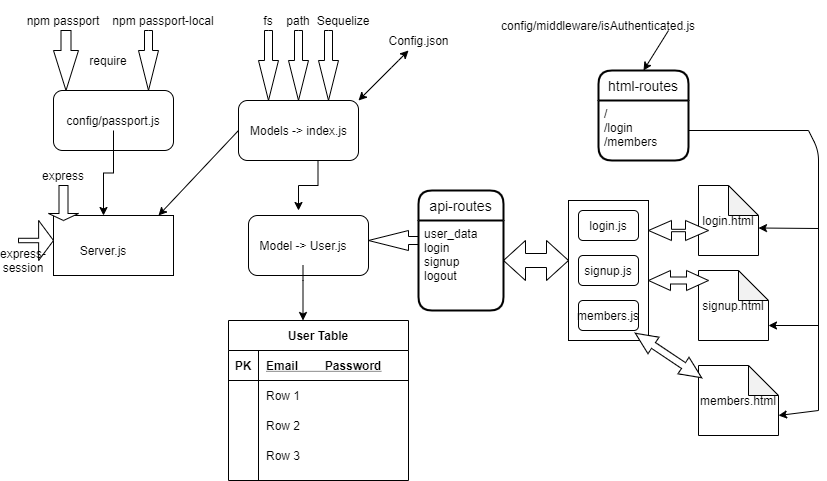
shambhawi13/Authentication keeps this draw.io diagram as Assets/final.png. Above is the earlier version. Source tidied: cells renumbered, new cells last; positions are measured from the earlier drawing's top-left corner, leaving out a move shared by most shapes. Its diagram source:
```xml
<mxGraphModel>
  <root>
    <mxCell id="0" />
    <mxCell id="1" parent="0" />
    <mxCell id="2" style="rounded=0;whiteSpace=wrap;html=1;" parent="1" vertex="1">
      <mxGeometry x="50" y="215" width="120" height="60" as="geometry" />
    </mxCell>
    <mxCell id="3" value="Server.js" style="text;html=1;strokeColor=none;fillColor=none;align=center;verticalAlign=middle;whiteSpace=wrap;rounded=0;" parent="1" vertex="1">
      <mxGeometry x="25" y="215" width="150" height="70" as="geometry" />
    </mxCell>
    <mxCell id="4" style="rounded=1;whiteSpace=wrap;html=1;" parent="1" vertex="1">
      <mxGeometry x="235" y="100" width="120" height="60" as="geometry" />
    </mxCell>
    <mxCell id="5" value="Models -&amp;gt; index.js" style="text;html=1;align=center;verticalAlign=middle;" parent="1" vertex="1">
      <mxGeometry x="240" y="120" width="110" height="20" as="geometry" />
    </mxCell>
    <mxCell id="6" style="endArrow=classic;startArrow=classic;html=1;" parent="1" edge="1">
      <mxGeometry relative="1" as="geometry">
        <mxPoint x="355" y="100" as="sourcePoint" />
        <mxPoint x="405" y="50" as="targetPoint" />
        <Array as="points">
          <mxPoint x="395" y="60" />
        </Array>
      </mxGeometry>
    </mxCell>
    <mxCell id="7" value="Config.json" style="text;html=1;align=center;verticalAlign=middle;" parent="1" vertex="1">
      <mxGeometry x="375" y="30" width="80" height="20" as="geometry" />
    </mxCell>
    <mxCell id="8" style="rounded=1;whiteSpace=wrap;html=1;" parent="1" vertex="1">
      <mxGeometry x="50" y="90" width="120" height="60" as="geometry" />
    </mxCell>
    <mxCell id="9" style="edgeStyle=orthogonalEdgeStyle;rounded=0;jettySize=auto;html=1;" parent="1" edge="1" source="10" target="3">
      <mxGeometry relative="1" as="geometry" />
    </mxCell>
    <mxCell id="10" value="config/passport.js" style="text;html=1;strokeColor=none;fillColor=none;align=center;verticalAlign=middle;whiteSpace=wrap;rounded=0;" parent="1" vertex="1">
      <mxGeometry x="55" y="110" width="110" height="20" as="geometry" />
    </mxCell>
    <mxCell id="11" style="html=1;shadow=0;dashed=0;align=center;verticalAlign=middle;shape=mxgraph.arrows2.arrow;dy=0.6;dx=40;direction=south;notch=0;" parent="1" vertex="1">
      <mxGeometry x="50" y="30" width="25" height="60" as="geometry" />
    </mxCell>
    <mxCell id="12" style="html=1;shadow=0;dashed=0;align=center;verticalAlign=middle;shape=mxgraph.arrows2.arrow;dy=0.6;dx=40;direction=south;notch=0;" parent="1" vertex="1">
      <mxGeometry x="135" y="30" width="20" height="60" as="geometry" />
    </mxCell>
    <mxCell id="13" value="npm passport" style="text;html=1;strokeColor=none;fillColor=none;align=center;verticalAlign=middle;whiteSpace=wrap;rounded=0;" parent="1" vertex="1">
      <mxGeometry x="15" y="10" width="90" height="20" as="geometry" />
    </mxCell>
    <mxCell id="14" value="npm passport-local" style="text;html=1;strokeColor=none;fillColor=none;align=center;verticalAlign=middle;whiteSpace=wrap;rounded=0;" parent="1" vertex="1">
      <mxGeometry x="95" y="10" width="130" height="20" as="geometry" />
    </mxCell>
    <mxCell id="15" value="require" style="text;html=1;strokeColor=none;fillColor=none;align=center;verticalAlign=middle;whiteSpace=wrap;rounded=0;" parent="1" vertex="1">
      <mxGeometry x="85" y="50" width="40" height="20" as="geometry" />
    </mxCell>
    <mxCell id="16" style="html=1;shadow=0;dashed=0;align=center;verticalAlign=middle;shape=mxgraph.arrows2.arrow;dy=0.6;dx=40;direction=south;notch=0;" parent="1" vertex="1">
      <mxGeometry x="255" y="30" width="20" height="70" as="geometry" />
    </mxCell>
    <mxCell id="17" style="html=1;shadow=0;dashed=0;align=center;verticalAlign=middle;shape=mxgraph.arrows2.arrow;dy=0.6;dx=40;direction=south;notch=0;" parent="1" vertex="1">
      <mxGeometry x="285" y="30" width="20" height="70" as="geometry" />
    </mxCell>
    <mxCell id="18" style="html=1;shadow=0;dashed=0;align=center;verticalAlign=middle;shape=mxgraph.arrows2.arrow;dy=0.6;dx=40;direction=south;notch=0;" parent="1" vertex="1">
      <mxGeometry x="315" y="30" width="20" height="70" as="geometry" />
    </mxCell>
    <mxCell id="19" value="fs" style="text;html=1;strokeColor=none;fillColor=none;align=center;verticalAlign=middle;whiteSpace=wrap;rounded=0;" parent="1" vertex="1">
      <mxGeometry x="245" y="10" width="40" height="20" as="geometry" />
    </mxCell>
    <mxCell id="20" value="path" style="text;html=1;strokeColor=none;fillColor=none;align=center;verticalAlign=middle;whiteSpace=wrap;rounded=0;" parent="1" vertex="1">
      <mxGeometry x="275" y="10" width="40" height="20" as="geometry" />
    </mxCell>
    <mxCell id="21" value="Sequelize" style="text;html=1;strokeColor=none;fillColor=none;align=center;verticalAlign=middle;whiteSpace=wrap;rounded=0;" parent="1" vertex="1">
      <mxGeometry x="305" y="10" width="70" height="20" as="geometry" />
    </mxCell>
    <mxCell id="22" style="edgeStyle=orthogonalEdgeStyle;rounded=0;orthogonalLoop=1;jettySize=auto;html=1;" parent="1" edge="1">
      <mxGeometry relative="1" as="geometry">
        <mxPoint x="294.5" y="160" as="sourcePoint" />
        <mxPoint x="295" y="210" as="targetPoint" />
      </mxGeometry>
    </mxCell>
    <mxCell id="23" value="&lt;span style=&quot;color: rgba(0 , 0 , 0 , 0) ; font-family: monospace ; font-size: 0px&quot;&gt;%3CmxGraphModel%3E%3Croot%3E%3CmxCell%20id%3D%220%22%2F%3E%3CmxCell%20id%3D%221%22%20parent%3D%220%22%2F%3E%3CmxCell%20id%3D%222%22%20value%3D%22%22%20style%3D%22edgeStyle%3DorthogonalEdgeStyle%3Brounded%3D0%3BorthogonalLoop%3D1%3BjettySize%3Dauto%3Bhtml%3D1%3B%22%20edge%3D%221%22%20parent%3D%221%22%3E%3CmxGeometry%20relative%3D%221%22%20as%3D%22geometry%22%3E%3CmxPoint%20x%3D%22135%22%20y%3D%22130%22%20as%3D%22sourcePoint%22%2F%3E%3CmxPoint%20x%3D%22135%22%20y%3D%22205%22%20as%3D%22targetPoint%22%2F%3E%3C%2FmxGeometry%3E%3C%2FmxCell%3E%3C%2Froot%3E%3C%2FmxGraphModel%3E&lt;/span&gt;" style="rounded=1;whiteSpace=wrap;html=1;" parent="1" vertex="1">
      <mxGeometry x="245" y="215" width="120" height="60" as="geometry" />
    </mxCell>
    <mxCell id="24" value="Model -&amp;gt; User.js" style="text;html=1;strokeColor=none;fillColor=none;align=center;verticalAlign=middle;whiteSpace=wrap;rounded=0;" parent="1" vertex="1">
      <mxGeometry x="245" y="235" width="110" height="20" as="geometry" />
    </mxCell>
    <mxCell id="25" value="User Table" style="shape=table;startSize=30;rowLines=0;fontStyle=1;align=center;" parent="1" vertex="1">
      <mxGeometry x="225" y="320" width="180" height="160" as="geometry" />
    </mxCell>
    <mxCell id="26" style="shape=partialRectangle;fillColor=none;top=0;left=0;bottom=1;right=0;" parent="25" vertex="1">
      <mxGeometry y="30" width="180" height="30" as="geometry" />
    </mxCell>
    <mxCell id="27" value="PK" style="shape=partialRectangle;fillColor=none;top=0;left=0;bottom=0;right=0;fontStyle=1;overflow=hidden;" parent="26" vertex="1">
      <mxGeometry width="30" height="30" as="geometry" />
    </mxCell>
    <mxCell id="28" value="Email        Password" style="shape=partialRectangle;fillColor=none;top=0;left=0;bottom=0;right=0;align=left;spacingLeft=6;fontStyle=5;overflow=hidden;" parent="26" vertex="1">
      <mxGeometry x="30" width="150" height="30" as="geometry" />
    </mxCell>
    <mxCell id="29" style="shape=partialRectangle;fillColor=none;top=0;left=0;bottom=0;right=0;" parent="25" vertex="1">
      <mxGeometry y="60" width="180" height="30" as="geometry" />
    </mxCell>
    <mxCell id="30" style="shape=partialRectangle;fillColor=none;top=0;left=0;bottom=0;right=0;overflow=hidden;" parent="29" vertex="1">
      <mxGeometry width="30" height="30" as="geometry" />
    </mxCell>
    <mxCell id="31" value="Row 1" style="shape=partialRectangle;fillColor=none;top=0;left=0;bottom=0;right=0;align=left;spacingLeft=6;overflow=hidden;" parent="29" vertex="1">
      <mxGeometry x="30" width="150" height="30" as="geometry" />
    </mxCell>
    <mxCell id="32" style="shape=partialRectangle;fillColor=none;top=0;left=0;bottom=0;right=0;" parent="25" vertex="1">
      <mxGeometry y="90" width="180" height="30" as="geometry" />
    </mxCell>
    <mxCell id="33" style="shape=partialRectangle;fillColor=none;top=0;left=0;bottom=0;right=0;overflow=hidden;" parent="32" vertex="1">
      <mxGeometry width="30" height="30" as="geometry" />
    </mxCell>
    <mxCell id="34" value="Row 2" style="shape=partialRectangle;fillColor=none;top=0;left=0;bottom=0;right=0;align=left;spacingLeft=6;overflow=hidden;" parent="32" vertex="1">
      <mxGeometry x="30" width="150" height="30" as="geometry" />
    </mxCell>
    <mxCell id="35" style="shape=partialRectangle;fillColor=none;top=0;left=0;bottom=0;right=0;" parent="25" vertex="1">
      <mxGeometry y="120" width="180" height="30" as="geometry" />
    </mxCell>
    <mxCell id="36" style="shape=partialRectangle;fillColor=none;top=0;left=0;bottom=0;right=0;overflow=hidden;" parent="35" vertex="1">
      <mxGeometry width="30" height="30" as="geometry" />
    </mxCell>
    <mxCell id="37" value="Row 3" style="shape=partialRectangle;fillColor=none;top=0;left=0;bottom=0;right=0;align=left;spacingLeft=6;overflow=hidden;" parent="35" vertex="1">
      <mxGeometry x="30" width="150" height="30" as="geometry" />
    </mxCell>
    <mxCell id="38" style="edgeStyle=orthogonalEdgeStyle;rounded=0;orthogonalLoop=1;jettySize=auto;html=1;" parent="1" edge="1">
      <mxGeometry relative="1" as="geometry">
        <mxPoint x="299.5" y="265" as="sourcePoint" />
        <mxPoint x="299.5" y="320" as="targetPoint" />
        <Array as="points">
          <mxPoint x="299.5" y="280" />
          <mxPoint x="299.5" y="280" />
        </Array>
      </mxGeometry>
    </mxCell>
    <mxCell id="39" style="shape=singleArrow;direction=south;whiteSpace=wrap;html=1;" parent="1" vertex="1">
      <mxGeometry x="45" y="185" width="30" height="35" as="geometry" />
    </mxCell>
    <mxCell id="40" value="express" style="text;html=1;strokeColor=none;fillColor=none;align=center;verticalAlign=middle;whiteSpace=wrap;rounded=0;" parent="1" vertex="1">
      <mxGeometry x="40" y="165" width="40" height="20" as="geometry" />
    </mxCell>
    <mxCell id="41" style="endArrow=classic;html=1;entryX=0;entryY=0.5;entryDx=0;entryDy=0;exitX=0;exitY=0.5;exitDx=0;exitDy=0;" parent="1" edge="1" source="4">
      <mxGeometry relative="1" as="geometry">
        <mxPoint x="155" y="215" as="targetPoint" />
      </mxGeometry>
    </mxCell>
    <mxCell id="42" style="shape=singleArrow;whiteSpace=wrap;html=1;arrowWidth=0.1111111111111111;arrowSize=0.425;" parent="1" vertex="1">
      <mxGeometry x="15" y="220" width="35" height="40" as="geometry" />
    </mxCell>
    <mxCell id="43" value="express-session" style="text;html=1;strokeColor=none;fillColor=none;align=center;verticalAlign=middle;whiteSpace=wrap;rounded=0;" parent="1" vertex="1">
      <mxGeometry y="250" width="40" height="20" as="geometry" />
    </mxCell>
    <mxCell id="44" style="html=1;shadow=0;dashed=0;align=center;verticalAlign=middle;shape=mxgraph.arrows2.arrow;dy=0.6;dx=40;flipH=1;notch=0;" parent="1" vertex="1">
      <mxGeometry x="365" y="230" width="50" height="20" as="geometry" />
    </mxCell>
    <mxCell id="45" value="html-routes" style="swimlane;horizontal=1;startSize=30;rounded=1;fontSize=14;fontStyle=0;strokeWidth=2;shadow=0;dashed=0;align=center;" parent="1" vertex="1">
      <mxGeometry x="595" y="70" width="90" height="90" as="geometry" />
    </mxCell>
    <mxCell id="46" value="/&#10;/login&#10;/members&#10;" style="align=left;strokeColor=none;fillColor=none;spacingLeft=4;fontSize=12;verticalAlign=top;" parent="45" vertex="1">
      <mxGeometry y="30" width="90" height="60" as="geometry" />
    </mxCell>
    <mxCell id="47" style="html=1;shadow=0;dashed=0;align=center;verticalAlign=middle;shape=mxgraph.arrows2.twoWayArrow;dy=0.65;dx=22;" parent="1" vertex="1">
      <mxGeometry x="500" y="240" width="65" height="40" as="geometry" />
    </mxCell>
    <mxCell id="48" style="rounded=0;whiteSpace=wrap;html=1;" parent="1" vertex="1">
      <mxGeometry x="565" y="200" width="80" height="140" as="geometry" />
    </mxCell>
    <mxCell id="49" style="rounded=1;whiteSpace=wrap;html=1;" parent="1" vertex="1">
      <mxGeometry x="575" y="210" width="60" height="30" as="geometry" />
    </mxCell>
    <mxCell id="50" value="signup.js" style="rounded=1;whiteSpace=wrap;html=1;" parent="1" vertex="1">
      <mxGeometry x="575" y="255" width="60" height="30" as="geometry" />
    </mxCell>
    <mxCell id="51" value="members.js" style="rounded=1;whiteSpace=wrap;html=1;" parent="1" vertex="1">
      <mxGeometry x="575" y="300" width="60" height="30" as="geometry" />
    </mxCell>
    <mxCell id="52" value="login.js" style="text;html=1;strokeColor=none;fillColor=none;align=center;verticalAlign=middle;whiteSpace=wrap;rounded=0;" parent="1" vertex="1">
      <mxGeometry x="585" y="215" width="40" height="20" as="geometry" />
    </mxCell>
    <mxCell id="53" value="login.html" style="shape=note;whiteSpace=wrap;html=1;backgroundOutline=1;darkOpacity=0.05;" parent="1" vertex="1">
      <mxGeometry x="695" y="185" width="60" height="70" as="geometry" />
    </mxCell>
    <mxCell id="54" value="signup.html" style="shape=note;whiteSpace=wrap;html=1;backgroundOutline=1;darkOpacity=0.05;" parent="1" vertex="1">
      <mxGeometry x="695" y="270" width="70" height="70" as="geometry" />
    </mxCell>
    <mxCell id="55" value="members.html" style="shape=note;whiteSpace=wrap;html=1;backgroundOutline=1;darkOpacity=0.05;" parent="1" vertex="1">
      <mxGeometry x="695" y="365" width="80" height="70" as="geometry" />
    </mxCell>
    <mxCell id="56" style="html=1;shadow=0;dashed=0;align=center;verticalAlign=middle;shape=mxgraph.arrows2.twoWayArrow;dy=0.88;dx=23;" parent="1" vertex="1">
      <mxGeometry x="645" y="220" width="60" height="20" as="geometry" />
    </mxCell>
    <mxCell id="57" style="html=1;shadow=0;dashed=0;align=center;verticalAlign=middle;shape=mxgraph.arrows2.twoWayArrow;dy=0.65;dx=22;direction=west;" parent="1" vertex="1">
      <mxGeometry x="645" y="270" width="60" height="20" as="geometry" />
    </mxCell>
    <mxCell id="58" style="html=1;shadow=0;dashed=0;align=center;verticalAlign=middle;shape=mxgraph.arrows2.twoWayArrow;dy=0.65;dx=22;direction=west;rotation=34;" parent="1" vertex="1">
      <mxGeometry x="625" y="345" width="80" height="20" as="geometry" />
    </mxCell>
    <mxCell id="59" style="endArrow=none;html=1;" parent="1" edge="1">
      <mxGeometry relative="1" as="geometry">
        <mxPoint x="685" y="130" as="sourcePoint" />
        <mxPoint x="805" y="130" as="targetPoint" />
      </mxGeometry>
    </mxCell>
    <mxCell id="60" style="endArrow=none;html=1;" parent="1" edge="1">
      <mxGeometry relative="1" as="geometry">
        <mxPoint x="815" y="410" as="sourcePoint" />
        <mxPoint x="805" y="130" as="targetPoint" />
        <Array as="points">
          <mxPoint x="815" y="150" />
        </Array>
      </mxGeometry>
    </mxCell>
    <mxCell id="61" style="endArrow=classic;html=1;" parent="1" edge="1">
      <mxGeometry relative="1" as="geometry">
        <mxPoint x="815" y="228" as="sourcePoint" />
        <mxPoint x="755" y="227.5" as="targetPoint" />
      </mxGeometry>
    </mxCell>
    <mxCell id="62" style="endArrow=classic;html=1;" parent="1" edge="1">
      <mxGeometry relative="1" as="geometry">
        <mxPoint x="815" y="325" as="sourcePoint" />
        <mxPoint x="765" y="325" as="targetPoint" />
      </mxGeometry>
    </mxCell>
    <mxCell id="63" style="endArrow=classic;html=1;entryX=0;entryY=0;entryDx=80;entryDy=50;entryPerimeter=0;" parent="1" edge="1" target="55">
      <mxGeometry relative="1" as="geometry">
        <mxPoint x="815" y="410" as="sourcePoint" />
      </mxGeometry>
    </mxCell>
    <mxCell id="64" value="api-routes" style="swimlane;horizontal=1;startSize=30;rounded=1;fontSize=14;fontStyle=0;strokeWidth=2;shadow=0;dashed=0;align=center;" parent="1" vertex="1">
      <mxGeometry x="415" y="190" width="85" height="120" as="geometry" />
    </mxCell>
    <mxCell id="65" value="user_data&#10;login&#10;signup&#10;logout" style="align=left;strokeColor=none;fillColor=none;spacingLeft=4;fontSize=12;verticalAlign=top;" parent="64" vertex="1">
      <mxGeometry y="30" width="85" height="90" as="geometry" />
    </mxCell>
    <mxCell id="66" value="config/middleware/isAuthenticated.js" style="text;html=1;strokeColor=none;fillColor=none;align=center;verticalAlign=middle;whiteSpace=wrap;rounded=0;" parent="1" vertex="1">
      <mxGeometry x="545" width="100" height="50" as="geometry" />
    </mxCell>
    <mxCell id="67" style="endArrow=classic;html=1;entryX=0.5;entryY=0;entryDx=0;entryDy=0;" parent="1" edge="1" target="45">
      <mxGeometry relative="1" as="geometry">
        <mxPoint x="665" y="30" as="sourcePoint" />
      </mxGeometry>
    </mxCell>
  </root>
</mxGraphModel>
```
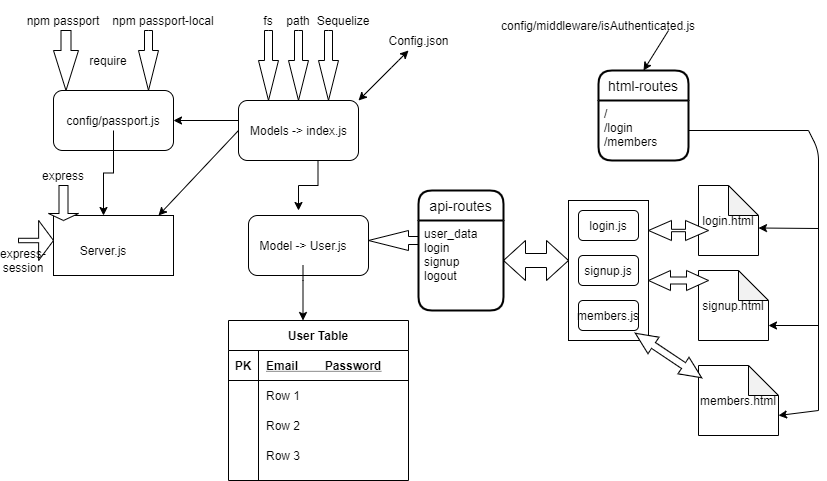
The same diagram one commit later.

Change to the diagram source:
```diff
@@ -237,5 +237,11 @@
         <mxPoint x="665" y="30" as="sourcePoint" />
       </mxGeometry>
     </mxCell>
+    <mxCell id="68" style="endArrow=classic;html=1;" parent="1" edge="1">
+      <mxGeometry relative="1" as="geometry">
+        <mxPoint x="235" y="120" as="sourcePoint" />
+        <mxPoint x="170" y="120" as="targetPoint" />
+      </mxGeometry>
+    </mxCell>
   </root>
 </mxGraphModel>
```
